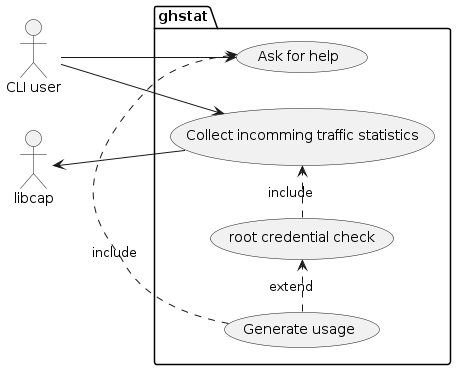
Above: uml/root_use_case.png in grehaj/ghnstat (PlantUML), before the change. Source of this version:
```plantuml
@startuml
left to right direction
actor "CLI user" as u
libcap as l
package ghstat {
    usecase "Collect incomming traffic statistics" as UC1
    usecase "root credential check" as UC2
    usecase "Ask for help" as UC3
    usecase "Generate usage" as UC4
    (UC2) .> (UC1) : include
    (UC4) .> (UC3) : include
    (UC4) .> (UC2) : extend
}
u--> UC1
l <-- UC1
u --> UC3
@enduml
```
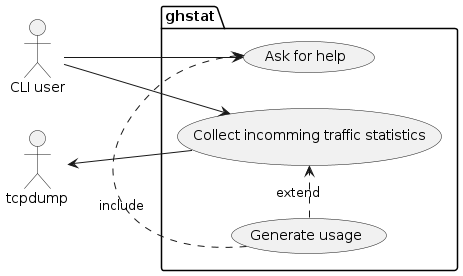
The same diagram one commit later.

What changed in the source:
```diff
@@ -1,15 +1,13 @@
 @startuml
 left to right direction
 actor "CLI user" as u
-libcap as l
+tcpdump as l
 package ghstat {
     usecase "Collect incomming traffic statistics" as UC1
-    usecase "root credential check" as UC2
     usecase "Ask for help" as UC3
     usecase "Generate usage" as UC4
-    (UC2) .> (UC1) : include
     (UC4) .> (UC3) : include
-    (UC4) .> (UC2) : extend
+    (UC4) .> (UC1) : extend
 }
 u--> UC1
 l <-- UC1
```
